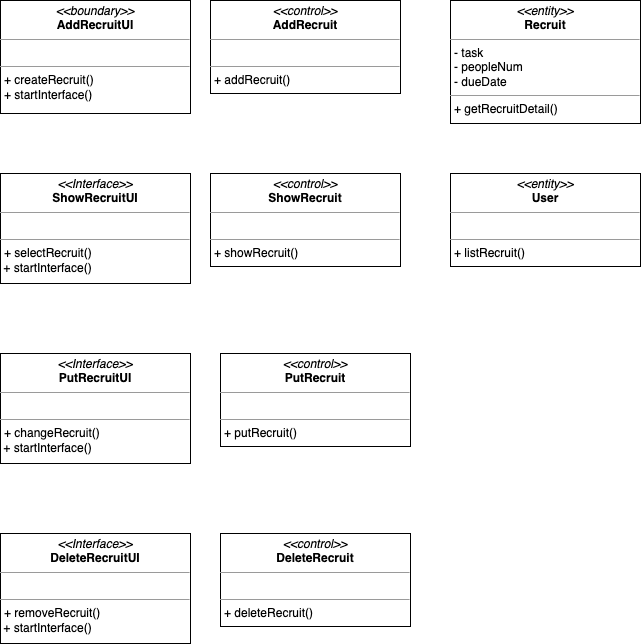
Before: Homework2/AnalysisClassDiagram/분석 다이어그램_유선호.png, a diagram exported from draw.io (THLcode/SoftwareEngineering). Source tidied: cells renumbered, new cells last; positions are measured from the earlier drawing's top-left corner, leaving out a move shared by most shapes. Its diagram source:
```xml
<mxGraphModel>
  <root>
    <mxCell id="0" />
    <mxCell id="1" parent="0" />
    <mxCell id="2" value="&lt;p style=&quot;margin:0px;margin-top:4px;text-align:center;&quot;&gt;&lt;i&gt;&amp;lt;&amp;lt;boundary&amp;gt;&amp;gt;&lt;/i&gt;&lt;br&gt;&lt;b&gt;AddRecruitUI&lt;/b&gt;&lt;/p&gt;&lt;hr size=&quot;1&quot;&gt;&lt;p style=&quot;margin:0px;margin-left:4px;&quot;&gt;&lt;br&gt;&lt;/p&gt;&lt;hr size=&quot;1&quot;&gt;&lt;p style=&quot;margin:0px;margin-left:4px;&quot;&gt;+ createRecruit()&lt;br&gt;+ startInterface()&lt;/p&gt;" style="verticalAlign=top;align=left;overflow=fill;fontSize=12;fontFamily=Helvetica;html=1;rounded=0;shadow=0;comic=0;labelBackgroundColor=none;strokeWidth=1;" parent="1" vertex="1">
      <mxGeometry width="190" height="113" as="geometry" />
    </mxCell>
    <mxCell id="3" value="&lt;p style=&quot;margin:0px;margin-top:4px;text-align:center;&quot;&gt;&lt;i&gt;&amp;lt;&amp;lt;Interface&amp;gt;&amp;gt;&lt;/i&gt;&lt;br&gt;&lt;b style=&quot;border-color: var(--border-color);&quot;&gt;ShowRecruitUI&lt;/b&gt;&lt;br&gt;&lt;/p&gt;&lt;hr size=&quot;1&quot;&gt;&lt;p style=&quot;margin:0px;margin-left:4px;&quot;&gt;&lt;br&gt;&lt;/p&gt;&lt;hr size=&quot;1&quot;&gt;&lt;p style=&quot;margin:0px;margin-left:4px;&quot;&gt;+ selectRecruit()&lt;br&gt;&lt;/p&gt;&amp;nbsp;+ startInterface()" style="verticalAlign=top;align=left;overflow=fill;fontSize=12;fontFamily=Helvetica;html=1;rounded=0;shadow=0;comic=0;labelBackgroundColor=none;strokeWidth=1;" parent="1" vertex="1">
      <mxGeometry y="173" width="190" height="110" as="geometry" />
    </mxCell>
    <mxCell id="4" value="&lt;p style=&quot;margin:0px;margin-top:4px;text-align:center;&quot;&gt;&lt;i&gt;&amp;lt;&amp;lt;Interface&amp;gt;&amp;gt;&lt;/i&gt;&lt;br&gt;&lt;b style=&quot;border-color: var(--border-color);&quot;&gt;DeleteRecruitUI&lt;/b&gt;&lt;br&gt;&lt;/p&gt;&lt;hr size=&quot;1&quot;&gt;&lt;p style=&quot;margin:0px;margin-left:4px;&quot;&gt;&lt;br&gt;&lt;/p&gt;&lt;hr size=&quot;1&quot;&gt;&lt;p style=&quot;margin:0px;margin-left:4px;&quot;&gt;+ removeRecruit()&lt;br&gt;&lt;/p&gt;&amp;nbsp;+ startInterface()" style="verticalAlign=top;align=left;overflow=fill;fontSize=12;fontFamily=Helvetica;html=1;rounded=0;shadow=0;comic=0;labelBackgroundColor=none;strokeWidth=1;" parent="1" vertex="1">
      <mxGeometry y="533" width="190" height="110" as="geometry" />
    </mxCell>
    <mxCell id="5" value="&lt;p style=&quot;margin:0px;margin-top:4px;text-align:center;&quot;&gt;&lt;i&gt;&amp;lt;&amp;lt;Interface&amp;gt;&amp;gt;&lt;/i&gt;&lt;br&gt;&lt;b style=&quot;border-color: var(--border-color);&quot;&gt;PutRecruitUI&lt;/b&gt;&lt;br&gt;&lt;/p&gt;&lt;hr size=&quot;1&quot;&gt;&lt;p style=&quot;margin:0px;margin-left:4px;&quot;&gt;&lt;br&gt;&lt;/p&gt;&lt;hr size=&quot;1&quot;&gt;&lt;p style=&quot;margin:0px;margin-left:4px;&quot;&gt;+ changeRecruit()&lt;br&gt;&lt;/p&gt;&amp;nbsp;+ startInterface()" style="verticalAlign=top;align=left;overflow=fill;fontSize=12;fontFamily=Helvetica;html=1;rounded=0;shadow=0;comic=0;labelBackgroundColor=none;strokeWidth=1;" parent="1" vertex="1">
      <mxGeometry y="353" width="190" height="110" as="geometry" />
    </mxCell>
    <mxCell id="6" value="&lt;p style=&quot;margin:0px;margin-top:4px;text-align:center;&quot;&gt;&lt;i&gt;&amp;lt;&amp;lt;control&amp;gt;&amp;gt;&lt;/i&gt;&lt;br&gt;&lt;b&gt;AddRecruit&lt;/b&gt;&lt;/p&gt;&lt;hr size=&quot;1&quot;&gt;&lt;p style=&quot;margin:0px;margin-left:4px;&quot;&gt;&lt;br&gt;&lt;/p&gt;&lt;hr size=&quot;1&quot;&gt;&lt;p style=&quot;margin:0px;margin-left:4px;&quot;&gt;+ addRecruit()&lt;br&gt;&lt;/p&gt;" style="verticalAlign=top;align=left;overflow=fill;fontSize=12;fontFamily=Helvetica;html=1;rounded=0;shadow=0;comic=0;labelBackgroundColor=none;strokeWidth=1;" parent="1" vertex="1">
      <mxGeometry x="210" width="190" height="93" as="geometry" />
    </mxCell>
    <mxCell id="7" value="&lt;p style=&quot;margin:0px;margin-top:4px;text-align:center;&quot;&gt;&lt;i&gt;&amp;lt;&amp;lt;control&amp;gt;&amp;gt;&lt;/i&gt;&lt;br&gt;&lt;b&gt;ShowRecruit&lt;/b&gt;&lt;/p&gt;&lt;hr size=&quot;1&quot;&gt;&lt;p style=&quot;margin:0px;margin-left:4px;&quot;&gt;&lt;br&gt;&lt;/p&gt;&lt;hr size=&quot;1&quot;&gt;&lt;p style=&quot;margin:0px;margin-left:4px;&quot;&gt;+ showRecruit()&lt;br&gt;&lt;/p&gt;" style="verticalAlign=top;align=left;overflow=fill;fontSize=12;fontFamily=Helvetica;html=1;rounded=0;shadow=0;comic=0;labelBackgroundColor=none;strokeWidth=1;" parent="1" vertex="1">
      <mxGeometry x="210" y="173" width="190" height="93" as="geometry" />
    </mxCell>
    <mxCell id="8" value="&lt;p style=&quot;margin:0px;margin-top:4px;text-align:center;&quot;&gt;&lt;i&gt;&amp;lt;&amp;lt;control&amp;gt;&amp;gt;&lt;/i&gt;&lt;br&gt;&lt;b&gt;PutRecruit&lt;/b&gt;&lt;/p&gt;&lt;hr size=&quot;1&quot;&gt;&lt;p style=&quot;margin:0px;margin-left:4px;&quot;&gt;&lt;br&gt;&lt;/p&gt;&lt;hr size=&quot;1&quot;&gt;&lt;p style=&quot;margin:0px;margin-left:4px;&quot;&gt;+ putRecruit()&lt;br&gt;&lt;/p&gt;" style="verticalAlign=top;align=left;overflow=fill;fontSize=12;fontFamily=Helvetica;html=1;rounded=0;shadow=0;comic=0;labelBackgroundColor=none;strokeWidth=1;" parent="1" vertex="1">
      <mxGeometry x="220" y="353" width="190" height="93" as="geometry" />
    </mxCell>
    <mxCell id="9" value="&lt;p style=&quot;margin:0px;margin-top:4px;text-align:center;&quot;&gt;&lt;i&gt;&amp;lt;&amp;lt;control&amp;gt;&amp;gt;&lt;/i&gt;&lt;br&gt;&lt;b&gt;DeleteRecruit&lt;/b&gt;&lt;/p&gt;&lt;hr size=&quot;1&quot;&gt;&lt;p style=&quot;margin:0px;margin-left:4px;&quot;&gt;&lt;br&gt;&lt;/p&gt;&lt;hr size=&quot;1&quot;&gt;&lt;p style=&quot;margin:0px;margin-left:4px;&quot;&gt;+ deleteRecruit()&lt;br&gt;&lt;/p&gt;" style="verticalAlign=top;align=left;overflow=fill;fontSize=12;fontFamily=Helvetica;html=1;rounded=0;shadow=0;comic=0;labelBackgroundColor=none;strokeWidth=1;" parent="1" vertex="1">
      <mxGeometry x="220" y="533" width="190" height="93" as="geometry" />
    </mxCell>
    <mxCell id="10" value="&lt;p style=&quot;margin:0px;margin-top:4px;text-align:center;&quot;&gt;&lt;i&gt;&amp;lt;&amp;lt;entity&amp;gt;&amp;gt;&lt;/i&gt;&lt;br&gt;&lt;b&gt;Recruit&lt;/b&gt;&lt;/p&gt;&lt;hr size=&quot;1&quot;&gt;&lt;p style=&quot;margin:0px;margin-left:4px;&quot;&gt;- task&lt;/p&gt;&lt;p style=&quot;margin:0px;margin-left:4px;&quot;&gt;- peopleNum&lt;/p&gt;&lt;p style=&quot;margin:0px;margin-left:4px;&quot;&gt;- dueDate&lt;/p&gt;&lt;hr size=&quot;1&quot;&gt;&lt;p style=&quot;margin:0px;margin-left:4px;&quot;&gt;+ getRecruitDetail()&lt;br&gt;&lt;/p&gt;" style="verticalAlign=top;align=left;overflow=fill;fontSize=12;fontFamily=Helvetica;html=1;rounded=0;shadow=0;comic=0;labelBackgroundColor=none;strokeWidth=1;" parent="1" vertex="1">
      <mxGeometry x="450" width="190" height="123" as="geometry" />
    </mxCell>
    <mxCell id="11" value="&lt;p style=&quot;margin:0px;margin-top:4px;text-align:center;&quot;&gt;&lt;i&gt;&amp;lt;&amp;lt;entity&amp;gt;&amp;gt;&lt;/i&gt;&lt;br&gt;&lt;b&gt;User&lt;/b&gt;&lt;/p&gt;&lt;hr size=&quot;1&quot;&gt;&lt;p style=&quot;margin:0px;margin-left:4px;&quot;&gt;&lt;br&gt;&lt;/p&gt;&lt;hr size=&quot;1&quot;&gt;&lt;p style=&quot;margin:0px;margin-left:4px;&quot;&gt;+ listRecruit()&lt;br&gt;&lt;/p&gt;" style="verticalAlign=top;align=left;overflow=fill;fontSize=12;fontFamily=Helvetica;html=1;rounded=0;shadow=0;comic=0;labelBackgroundColor=none;strokeWidth=1;" parent="1" vertex="1">
      <mxGeometry x="450" y="173" width="190" height="93" as="geometry" />
    </mxCell>
  </root>
</mxGraphModel>
```
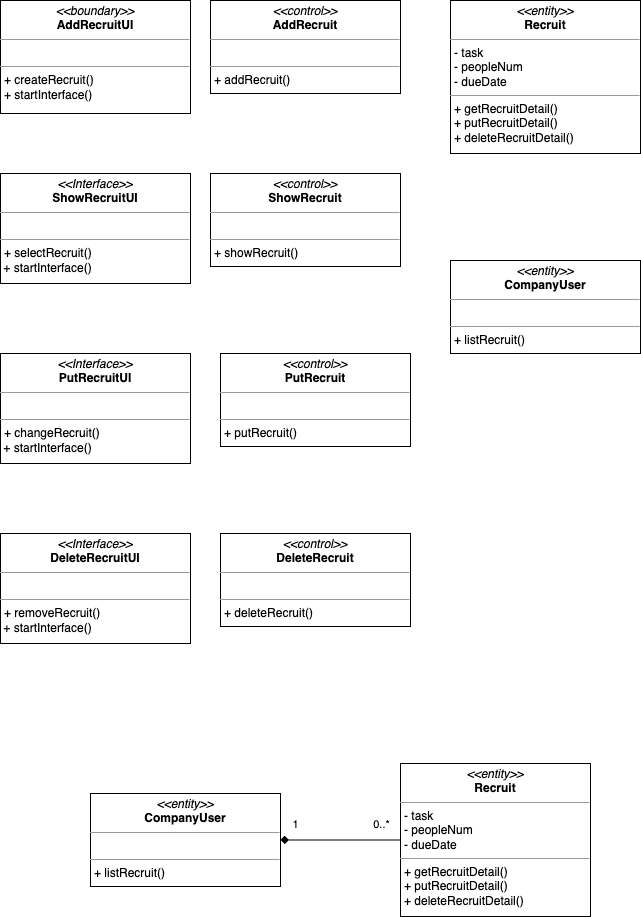
After the commit.

Commit message:
feat : 커뮤니케이션 다이어그램 수정사항 반영, 분석 다이어그램 추가

The edit, as a diff of the source:
```diff
@@ -26,11 +26,30 @@
     <mxCell id="9" value="&lt;p style=&quot;margin:0px;margin-top:4px;text-align:center;&quot;&gt;&lt;i&gt;&amp;lt;&amp;lt;control&amp;gt;&amp;gt;&lt;/i&gt;&lt;br&gt;&lt;b&gt;DeleteRecruit&lt;/b&gt;&lt;/p&gt;&lt;hr size=&quot;1&quot;&gt;&lt;p style=&quot;margin:0px;margin-left:4px;&quot;&gt;&lt;br&gt;&lt;/p&gt;&lt;hr size=&quot;1&quot;&gt;&lt;p style=&quot;margin:0px;margin-left:4px;&quot;&gt;+ deleteRecruit()&lt;br&gt;&lt;/p&gt;" style="verticalAlign=top;align=left;overflow=fill;fontSize=12;fontFamily=Helvetica;html=1;rounded=0;shadow=0;comic=0;labelBackgroundColor=none;strokeWidth=1;" parent="1" vertex="1">
       <mxGeometry x="220" y="533" width="190" height="93" as="geometry" />
     </mxCell>
-    <mxCell id="10" value="&lt;p style=&quot;margin:0px;margin-top:4px;text-align:center;&quot;&gt;&lt;i&gt;&amp;lt;&amp;lt;entity&amp;gt;&amp;gt;&lt;/i&gt;&lt;br&gt;&lt;b&gt;Recruit&lt;/b&gt;&lt;/p&gt;&lt;hr size=&quot;1&quot;&gt;&lt;p style=&quot;margin:0px;margin-left:4px;&quot;&gt;- task&lt;/p&gt;&lt;p style=&quot;margin:0px;margin-left:4px;&quot;&gt;- peopleNum&lt;/p&gt;&lt;p style=&quot;margin:0px;margin-left:4px;&quot;&gt;- dueDate&lt;/p&gt;&lt;hr size=&quot;1&quot;&gt;&lt;p style=&quot;margin:0px;margin-left:4px;&quot;&gt;+ getRecruitDetail()&lt;br&gt;&lt;/p&gt;" style="verticalAlign=top;align=left;overflow=fill;fontSize=12;fontFamily=Helvetica;html=1;rounded=0;shadow=0;comic=0;labelBackgroundColor=none;strokeWidth=1;" parent="1" vertex="1">
-      <mxGeometry x="450" width="190" height="123" as="geometry" />
+    <mxCell id="10" value="&lt;p style=&quot;margin:0px;margin-top:4px;text-align:center;&quot;&gt;&lt;i&gt;&amp;lt;&amp;lt;entity&amp;gt;&amp;gt;&lt;/i&gt;&lt;br&gt;&lt;b&gt;Recruit&lt;/b&gt;&lt;/p&gt;&lt;hr size=&quot;1&quot;&gt;&lt;p style=&quot;margin:0px;margin-left:4px;&quot;&gt;- task&lt;/p&gt;&lt;p style=&quot;margin:0px;margin-left:4px;&quot;&gt;- peopleNum&lt;/p&gt;&lt;p style=&quot;margin:0px;margin-left:4px;&quot;&gt;- dueDate&lt;/p&gt;&lt;hr size=&quot;1&quot;&gt;&lt;p style=&quot;margin:0px;margin-left:4px;&quot;&gt;+ getRecruitDetail()&lt;br&gt;&lt;/p&gt;&lt;p style=&quot;margin:0px;margin-left:4px;&quot;&gt;+ putRecruitDetail()&lt;br&gt;&lt;/p&gt;&lt;p style=&quot;margin:0px;margin-left:4px;&quot;&gt;+ deleteRecruitDetail()&lt;br&gt;&lt;/p&gt;" style="verticalAlign=top;align=left;overflow=fill;fontSize=12;fontFamily=Helvetica;html=1;rounded=0;shadow=0;comic=0;labelBackgroundColor=none;strokeWidth=1;" parent="1" vertex="1">
+      <mxGeometry x="450" width="190" height="153" as="geometry" />
     </mxCell>
-    <mxCell id="11" value="&lt;p style=&quot;margin:0px;margin-top:4px;text-align:center;&quot;&gt;&lt;i&gt;&amp;lt;&amp;lt;entity&amp;gt;&amp;gt;&lt;/i&gt;&lt;br&gt;&lt;b&gt;User&lt;/b&gt;&lt;/p&gt;&lt;hr size=&quot;1&quot;&gt;&lt;p style=&quot;margin:0px;margin-left:4px;&quot;&gt;&lt;br&gt;&lt;/p&gt;&lt;hr size=&quot;1&quot;&gt;&lt;p style=&quot;margin:0px;margin-left:4px;&quot;&gt;+ listRecruit()&lt;br&gt;&lt;/p&gt;" style="verticalAlign=top;align=left;overflow=fill;fontSize=12;fontFamily=Helvetica;html=1;rounded=0;shadow=0;comic=0;labelBackgroundColor=none;strokeWidth=1;" parent="1" vertex="1">
-      <mxGeometry x="450" y="173" width="190" height="93" as="geometry" />
+    <mxCell id="11" value="&lt;p style=&quot;margin:0px;margin-top:4px;text-align:center;&quot;&gt;&lt;i&gt;&amp;lt;&amp;lt;entity&amp;gt;&amp;gt;&lt;/i&gt;&lt;br&gt;&lt;b&gt;CompanyUser&lt;/b&gt;&lt;/p&gt;&lt;hr size=&quot;1&quot;&gt;&lt;p style=&quot;margin:0px;margin-left:4px;&quot;&gt;&lt;br&gt;&lt;/p&gt;&lt;hr size=&quot;1&quot;&gt;&lt;p style=&quot;margin:0px;margin-left:4px;&quot;&gt;+ listRecruit()&lt;br&gt;&lt;/p&gt;" style="verticalAlign=top;align=left;overflow=fill;fontSize=12;fontFamily=Helvetica;html=1;rounded=0;shadow=0;comic=0;labelBackgroundColor=none;strokeWidth=1;" parent="1" vertex="1">
+      <mxGeometry x="450" y="260" width="190" height="93" as="geometry" />
     </mxCell>
+    <mxCell id="12" style="edgeStyle=orthogonalEdgeStyle;rounded=0;jettySize=auto;html=1;entryX=0;entryY=0.5;entryDx=0;entryDy=0;endArrow=none;endFill=0;startArrow=diamond;startFill=1;" parent="1" edge="1" source="15" target="16">
+      <mxGeometry relative="1" as="geometry" />
+    </mxCell>
+    <mxCell id="13" value="1" style="edgeLabel;html=1;align=center;verticalAlign=middle;" parent="12" vertex="1">
+      <mxGeometry x="-0.77" y="4" relative="1" as="geometry">
+        <mxPoint y="-12" as="offset" />
+      </mxGeometry>
+    </mxCell>
+    <mxCell id="14" value="0..*" style="edgeLabel;html=1;align=center;verticalAlign=middle;" parent="12" vertex="1">
+      <mxGeometry x="0.88" y="2" relative="1" as="geometry">
+        <mxPoint x="-13" y="-14" as="offset" />
+      </mxGeometry>
+    </mxCell>
+    <mxCell id="15" value="&lt;p style=&quot;margin:0px;margin-top:4px;text-align:center;&quot;&gt;&lt;i&gt;&amp;lt;&amp;lt;entity&amp;gt;&amp;gt;&lt;/i&gt;&lt;br&gt;&lt;b&gt;CompanyUser&lt;/b&gt;&lt;/p&gt;&lt;hr size=&quot;1&quot;&gt;&lt;p style=&quot;margin:0px;margin-left:4px;&quot;&gt;&lt;br&gt;&lt;/p&gt;&lt;hr size=&quot;1&quot;&gt;&lt;p style=&quot;margin:0px;margin-left:4px;&quot;&gt;+ listRecruit()&lt;br&gt;&lt;/p&gt;" style="verticalAlign=top;align=left;overflow=fill;fontSize=12;fontFamily=Helvetica;html=1;rounded=0;shadow=0;comic=0;labelBackgroundColor=none;strokeWidth=1;" parent="1" vertex="1">
+      <mxGeometry x="90" y="793" width="190" height="93" as="geometry" />
+    </mxCell>
+    <mxCell id="16" value="&lt;p style=&quot;margin:0px;margin-top:4px;text-align:center;&quot;&gt;&lt;i&gt;&amp;lt;&amp;lt;entity&amp;gt;&amp;gt;&lt;/i&gt;&lt;br&gt;&lt;b&gt;Recruit&lt;/b&gt;&lt;/p&gt;&lt;hr size=&quot;1&quot;&gt;&lt;p style=&quot;margin:0px;margin-left:4px;&quot;&gt;- task&lt;/p&gt;&lt;p style=&quot;margin:0px;margin-left:4px;&quot;&gt;- peopleNum&lt;/p&gt;&lt;p style=&quot;margin:0px;margin-left:4px;&quot;&gt;- dueDate&lt;/p&gt;&lt;hr size=&quot;1&quot;&gt;&lt;p style=&quot;margin:0px;margin-left:4px;&quot;&gt;+ getRecruitDetail()&lt;br&gt;&lt;/p&gt;&lt;p style=&quot;margin:0px;margin-left:4px;&quot;&gt;+ putRecruitDetail()&lt;br&gt;&lt;/p&gt;&lt;p style=&quot;margin:0px;margin-left:4px;&quot;&gt;+ deleteRecruitDetail()&lt;br&gt;&lt;/p&gt;" style="verticalAlign=top;align=left;overflow=fill;fontSize=12;fontFamily=Helvetica;html=1;rounded=0;shadow=0;comic=0;labelBackgroundColor=none;strokeWidth=1;" parent="1" vertex="1">
+      <mxGeometry x="400" y="763" width="190" height="153" as="geometry" />
+    </mxCell>
   </root>
 </mxGraphModel>
```
